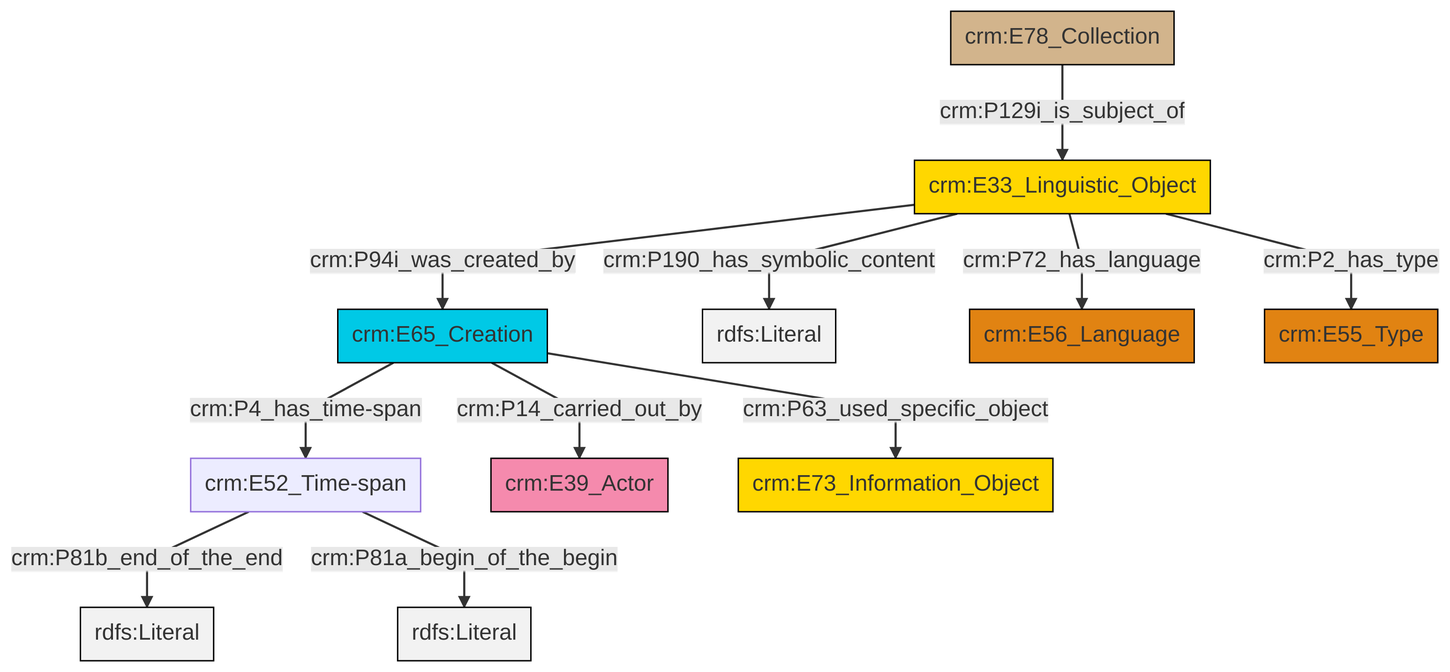
Above: et/archivalCSV/ttl/mmd/png/archival_desc.png in swiss-art-research-net/docs.swissartresearch (Mermaid), before the change. Its source is kept beside it as et/archivalCSV/ttl/mmd/archival_desc.ttl.mmd.
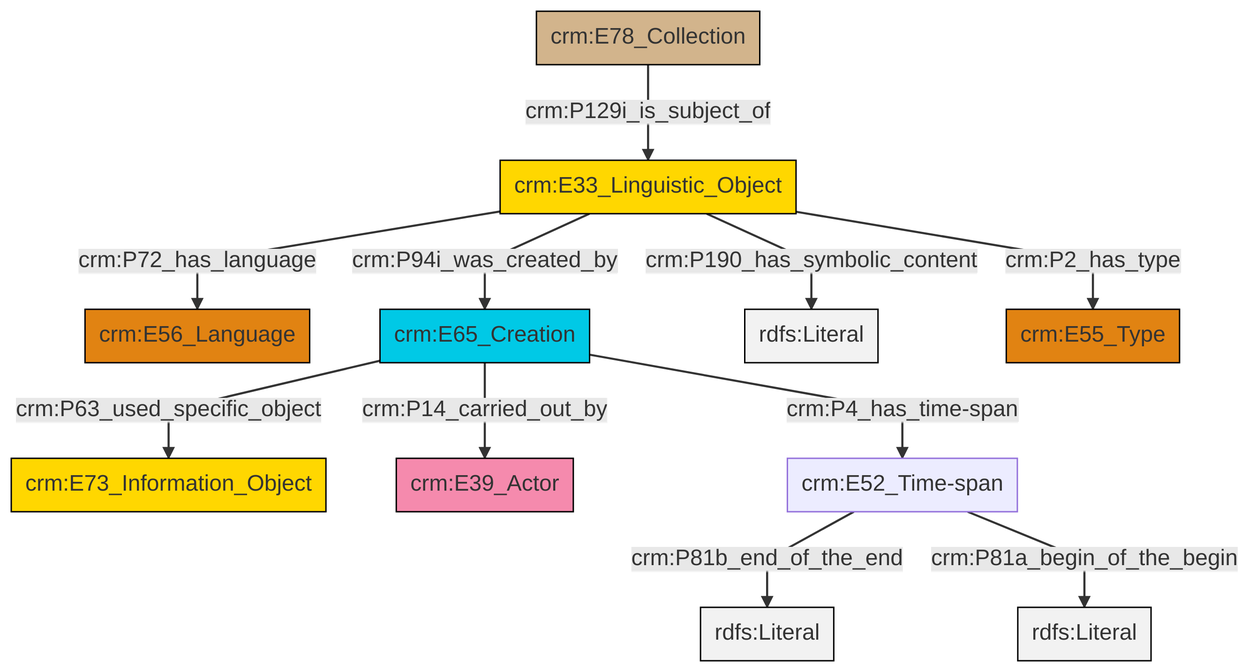
The same file after the commit.

The edit, as a diff of the source:
```diff
@@ -13,13 +13,13 @@
 classDef PC_Classes fill:#4ce600, stroke:#000000;
 classDef Multi fill:#cccccc,stroke:#000000;
 
-0["crm:E65_Creation"]:::Temporal_Entity -->|crm:P4_has_time-span| 1["crm:E52_Time-span"]:::Default
-4["crm:E33_Linguistic_Object"]:::Conceptual_Object -->|crm:P190_has_symbolic_content| 6[rdfs:Literal]:::Literal
-4["crm:E33_Linguistic_Object"]:::Conceptual_Object -->|crm:P72_has_language| 7["crm:E56_Language"]:::Type
-1["crm:E52_Time-span"]:::Default -->|crm:P81b_end_of_the_end| 8[rdfs:Literal]:::Literal
-0["crm:E65_Creation"]:::Temporal_Entity -->|crm:P63_used_specific_object| 10["crm:E73_Information_Object"]:::Conceptual_Object
-4["crm:E33_Linguistic_Object"]:::Conceptual_Object -->|crm:P2_has_type| 13["crm:E55_Type"]:::Type
-1["crm:E52_Time-span"]:::Default -->|crm:P81a_begin_of_the_begin| 17[rdfs:Literal]:::Literal
-4["crm:E33_Linguistic_Object"]:::Conceptual_Object -->|crm:P94i_was_created_by| 0["crm:E65_Creation"]:::Temporal_Entity
-0["crm:E65_Creation"]:::Temporal_Entity -->|crm:P14_carried_out_by| 2["crm:E39_Actor"]:::Actor
-15["crm:E78_Collection"]:::Physical_Thing -->|crm:P129i_is_subject_of| 4["crm:E33_Linguistic_Object"]:::Conceptual_Object
+0["crm:E33_Linguistic_Object"]:::Conceptual_Object -->|crm:P72_has_language| 1["crm:E56_Language"]:::Type
+2["crm:E65_Creation"]:::Temporal_Entity -->|crm:P63_used_specific_object| 3["crm:E73_Information_Object"]:::Conceptual_Object
+4["crm:E78_Collection"]:::Physical_Thing -->|crm:P129i_is_subject_of| 0["crm:E33_Linguistic_Object"]:::Conceptual_Object
+0["crm:E33_Linguistic_Object"]:::Conceptual_Object -->|crm:P190_has_symbolic_content| 5[rdfs:Literal]:::Literal
+8["crm:E52_Time-span"]:::Default -->|crm:P81b_end_of_the_end| 9[rdfs:Literal]:::Literal
+2["crm:E65_Creation"]:::Temporal_Entity -->|crm:P14_carried_out_by| 6["crm:E39_Actor"]:::Actor
+0["crm:E33_Linguistic_Object"]:::Conceptual_Object -->|crm:P2_has_type| 12["crm:E55_Type"]:::Type
+8["crm:E52_Time-span"]:::Default -->|crm:P81a_begin_of_the_begin| 16[rdfs:Literal]:::Literal
+0["crm:E33_Linguistic_Object"]:::Conceptual_Object -->|crm:P94i_was_created_by| 2["crm:E65_Creation"]:::Temporal_Entity
+2["crm:E65_Creation"]:::Temporal_Entity -->|crm:P4_has_time-span| 8["crm:E52_Time-span"]:::Default
```
